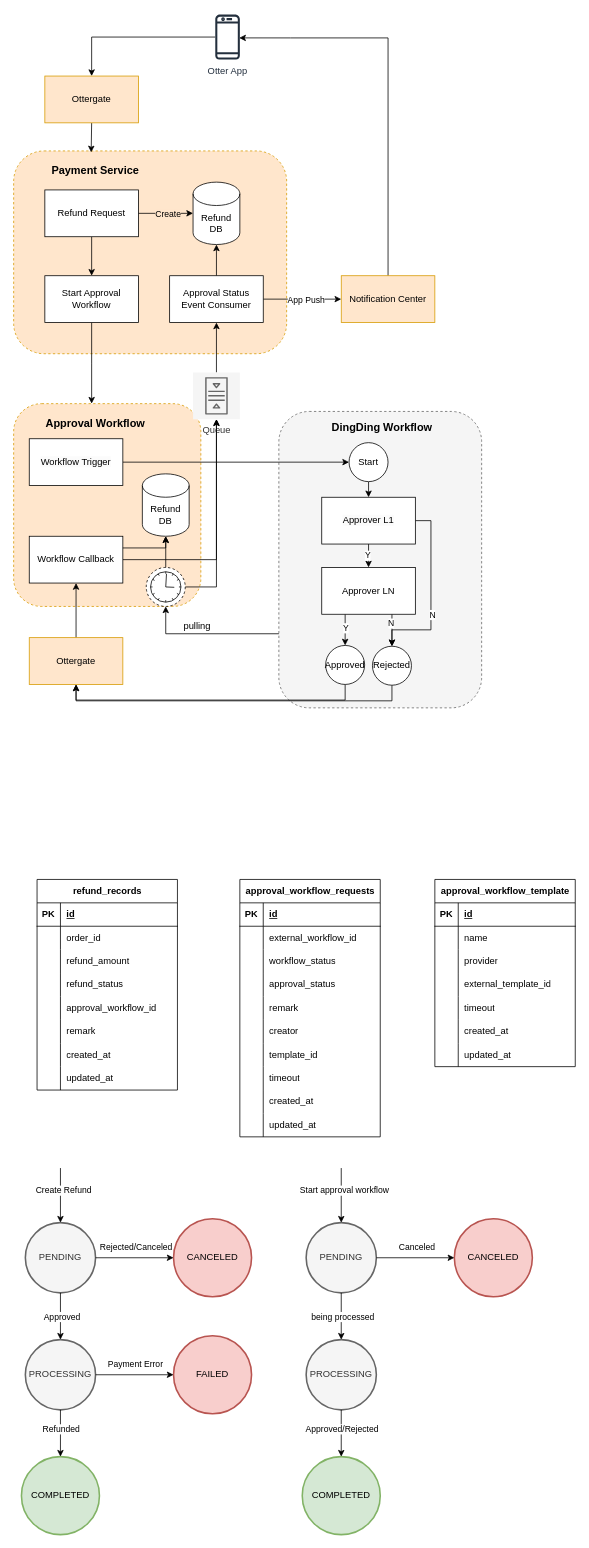
The draw.io diagram Refund Process.drawio in evagle/awesome, before the edit. Source tidied: cells renumbered, new cells numbered last; positions are measured from the earlier drawing's top-left corner, leaving out a move shared by most shapes. Both pictures are drawn from the tidied source at 78%, with x=0, y=0 at pixel (13, 13).
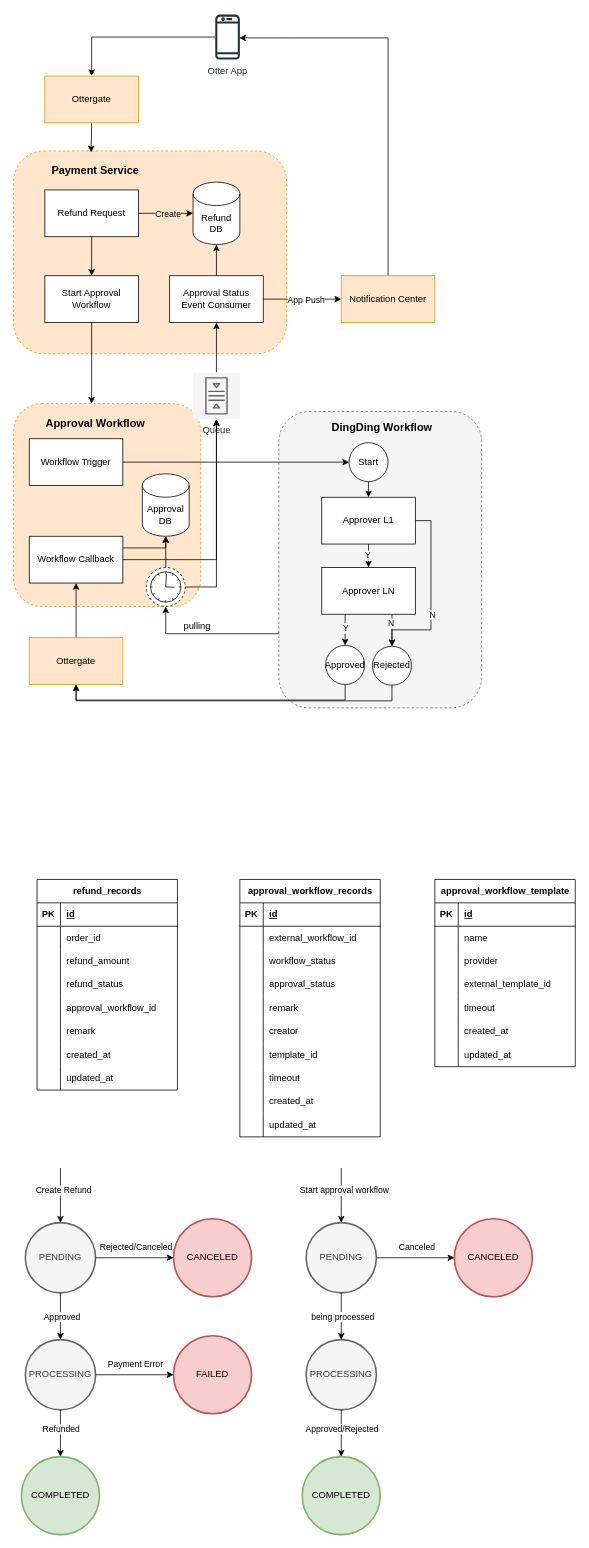
The same page after the edit.

What changed in the source:
```diff
@@
-    <mxCell id="74" value="approval_workflow_requests" style="shape=table;startSize=30;childLayout=tableLayout;rowLines=0;fontStyle=1;align=center;html=1;" parent="1" vertex="1">
+    <mxCell id="74" value="approval_workflow_records" style="shape=table;startSize=30;childLayout=tableLayout;rowLines=0;fontStyle=1;align=center;html=1;" parent="1" vertex="1">
       <mxGeometry x="290" y="1110" width="180" height="330" as="geometry" />
     </mxCell>
@@
-    <mxCell id="159" value="Refund&lt;br&gt;DB" style="shape=cylinder3;whiteSpace=wrap;html=1;boundedLbl=1;backgroundOutline=1;size=15;" parent="1" vertex="1">
+    <mxCell id="159" value="Approval&lt;br&gt;DB" style="shape=cylinder3;whiteSpace=wrap;html=1;boundedLbl=1;backgroundOutline=1;size=15;" parent="1" vertex="1">
       <mxGeometry x="165" y="590" width="60" height="80" as="geometry" />
     </mxCell>
```
